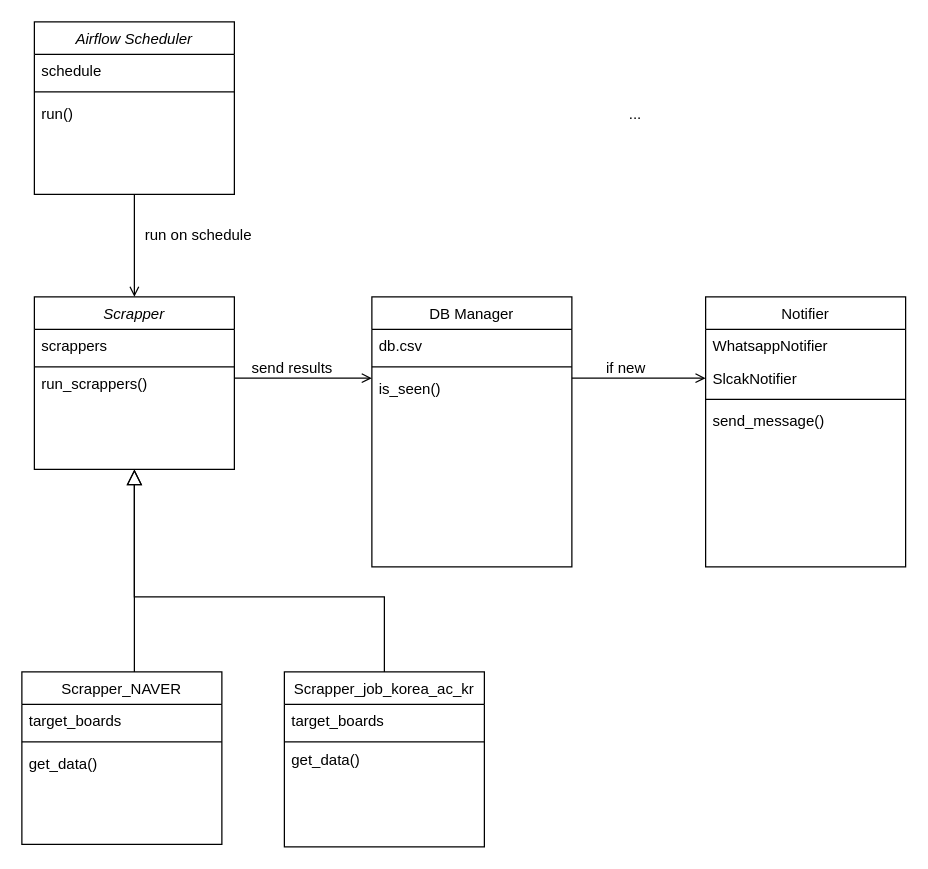
The draw.io diagram class_diagram.drawio in hyeon95y/job_posting_scrapper, before the edit. Source tidied: cells renumbered, new cells numbered last; positions are measured from the earlier drawing's top-left corner, leaving out a move shared by most shapes. Both pictures are drawn from the tidied source at 125%, with x=0, y=0 at pixel (21, 21).
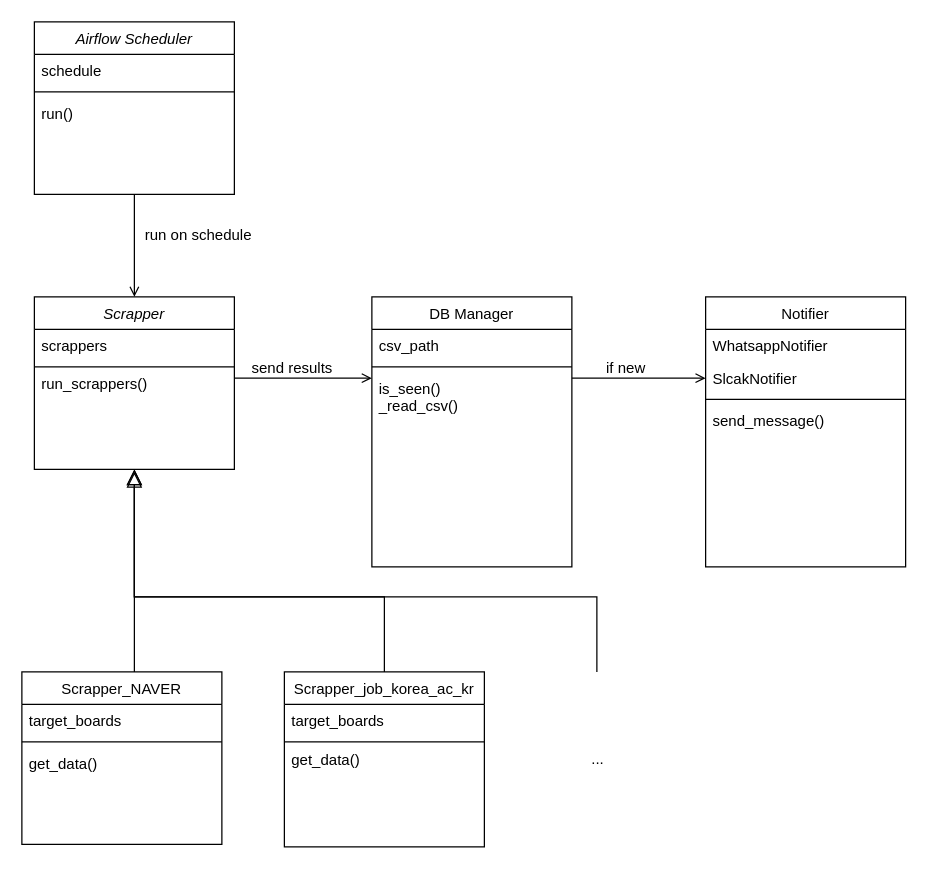
After the change.

Unchanged cells that the change refers to:
```xml
<mxCell id="27" value="DB Manager" style="swimlane;fontStyle=0;align=center;verticalAlign=top;horizontal=1;startSize=26;rounded=0;shadow=0;strokeWidth=1;" parent="1" vertex="1">
  <mxGeometry x="280" y="220" width="160" height="216" as="geometry" />
</mxCell>
```

Change to the diagram source:
```diff
@@
     <mxCell id="22" value="..." style="text;align=left;verticalAlign=top;spacingLeft=4;spacingRight=4;overflow=hidden;" parent="1" vertex="1">
-      <mxGeometry x="480" y="60" width="160" height="26" as="geometry" />
+      <mxGeometry x="450" y="576" width="160" height="26" as="geometry" />
     </mxCell>
@@
-    <mxCell id="28" value="db.csv" style="text;align=left;verticalAlign=top;spacingLeft=4;spacingRight=4;overflow=hidden;" parent="27" vertex="1">
+    <mxCell id="28" value="csv_path" style="text;align=left;verticalAlign=top;spacingLeft=4;spacingRight=4;overflow=hidden;" parent="27" vertex="1">
       <mxGeometry y="26" width="160" height="26" as="geometry" />
     </mxCell>
@@
-    <mxCell id="30" value="is_seen()" style="text;align=left;verticalAlign=top;spacingLeft=4;spacingRight=4;overflow=hidden;" parent="27" vertex="1">
-      <mxGeometry y="60" width="160" height="26" as="geometry" />
+    <mxCell id="30" value="is_seen()&#10;_read_csv()&#10;" style="text;align=left;verticalAlign=top;spacingLeft=4;spacingRight=4;overflow=hidden;" parent="27" vertex="1">
+      <mxGeometry y="60" width="160" height="120" as="geometry" />
     </mxCell>
@@
+    <mxCell id="36" style="endArrow=block;endSize=10;endFill=0;shadow=0;strokeWidth=1;rounded=0;edgeStyle=elbowEdgeStyle;elbow=vertical;" parent="1" edge="1">
+      <mxGeometry relative="1" as="geometry">
+        <mxPoint x="460" y="520" as="sourcePoint" />
+        <mxPoint x="90" y="360" as="targetPoint" />
+        <Array as="points">
+          <mxPoint x="280" y="460" />
+        </Array>
+      </mxGeometry>
+    </mxCell>
```
